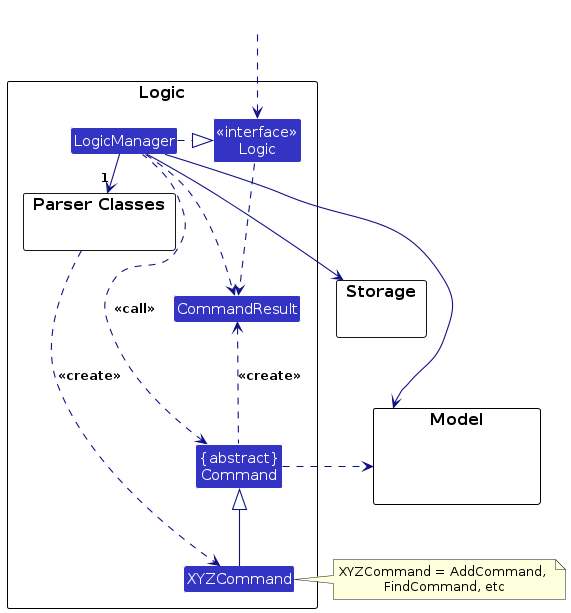
Before: diagrams/LogicClassDiagram.png, a diagram exported from PlantUML (AY2627S1-CS2103T-T14-4/tp). Its source is kept beside it as diagrams/LogicClassDiagram.puml.
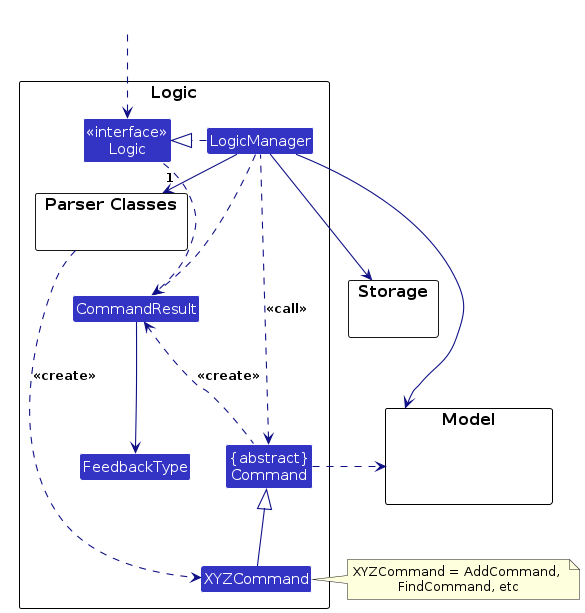
Above is the later version.

Change to the diagram source:
```diff
@@ -10,6 +10,13 @@
 }
 Class XYZCommand
 Class CommandResult
+enum FeedbackType {
+  NEUTRAL
+  SUCCESS
+  ERROR
+}
+
+CommandResult --> FeedbackType
 Class "{abstract}\nCommand" as Command
 
 
```
